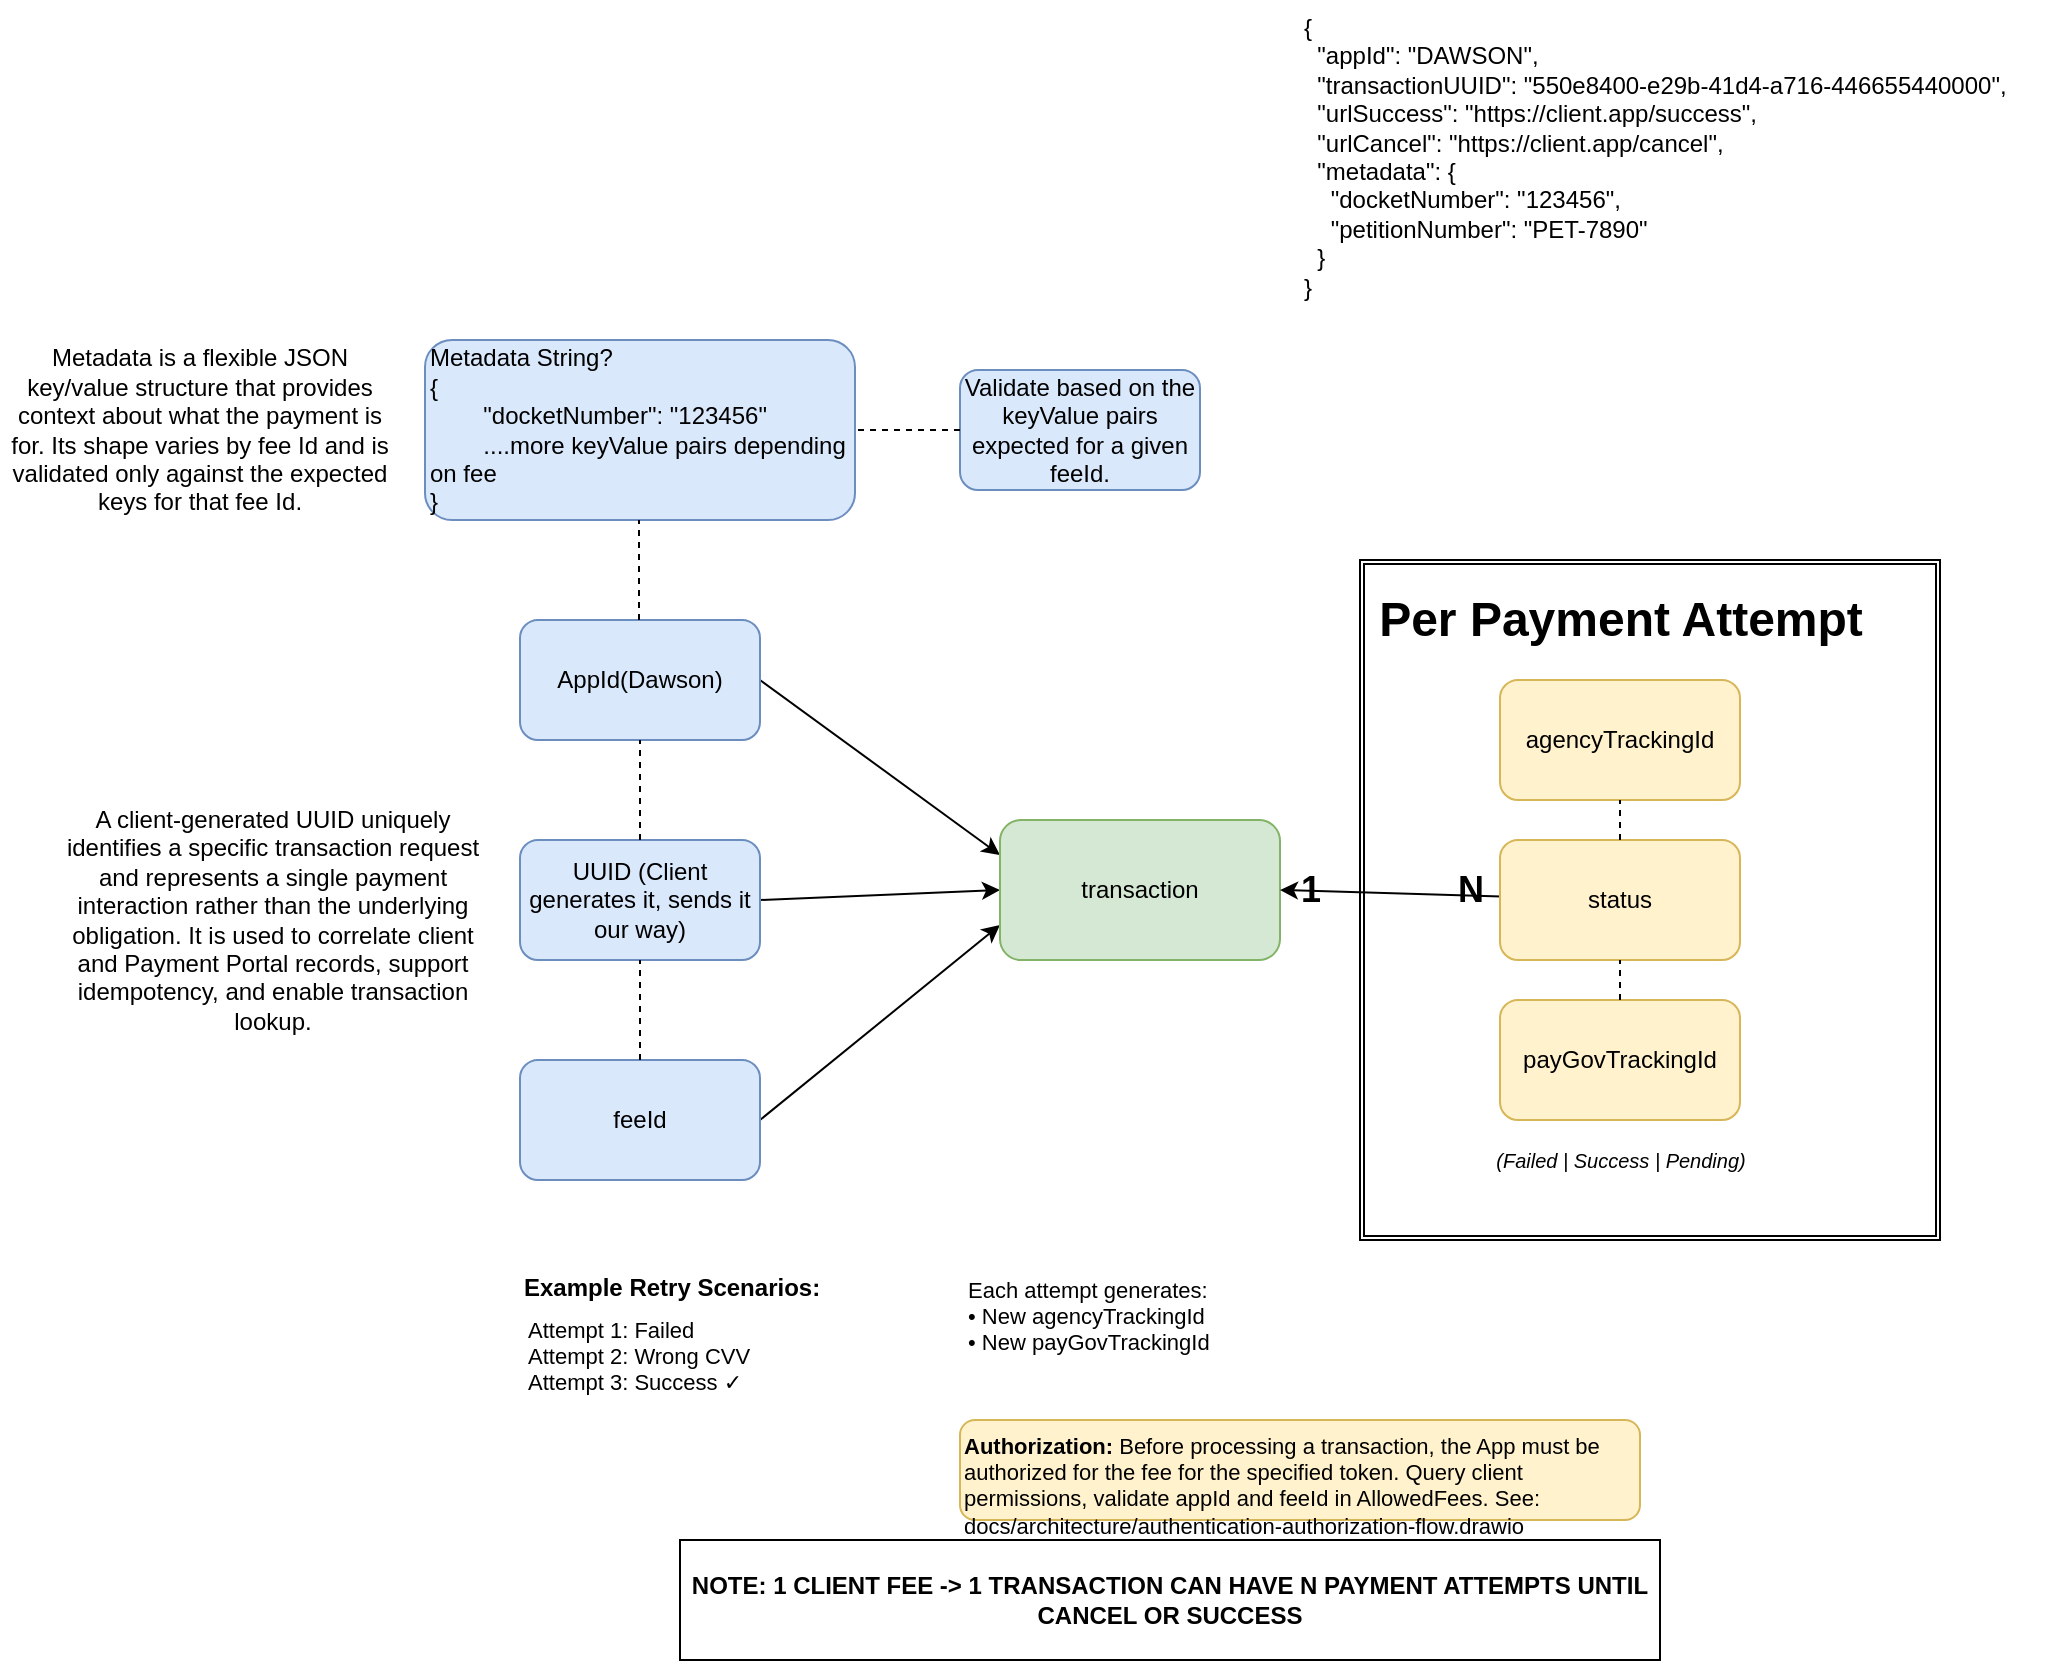
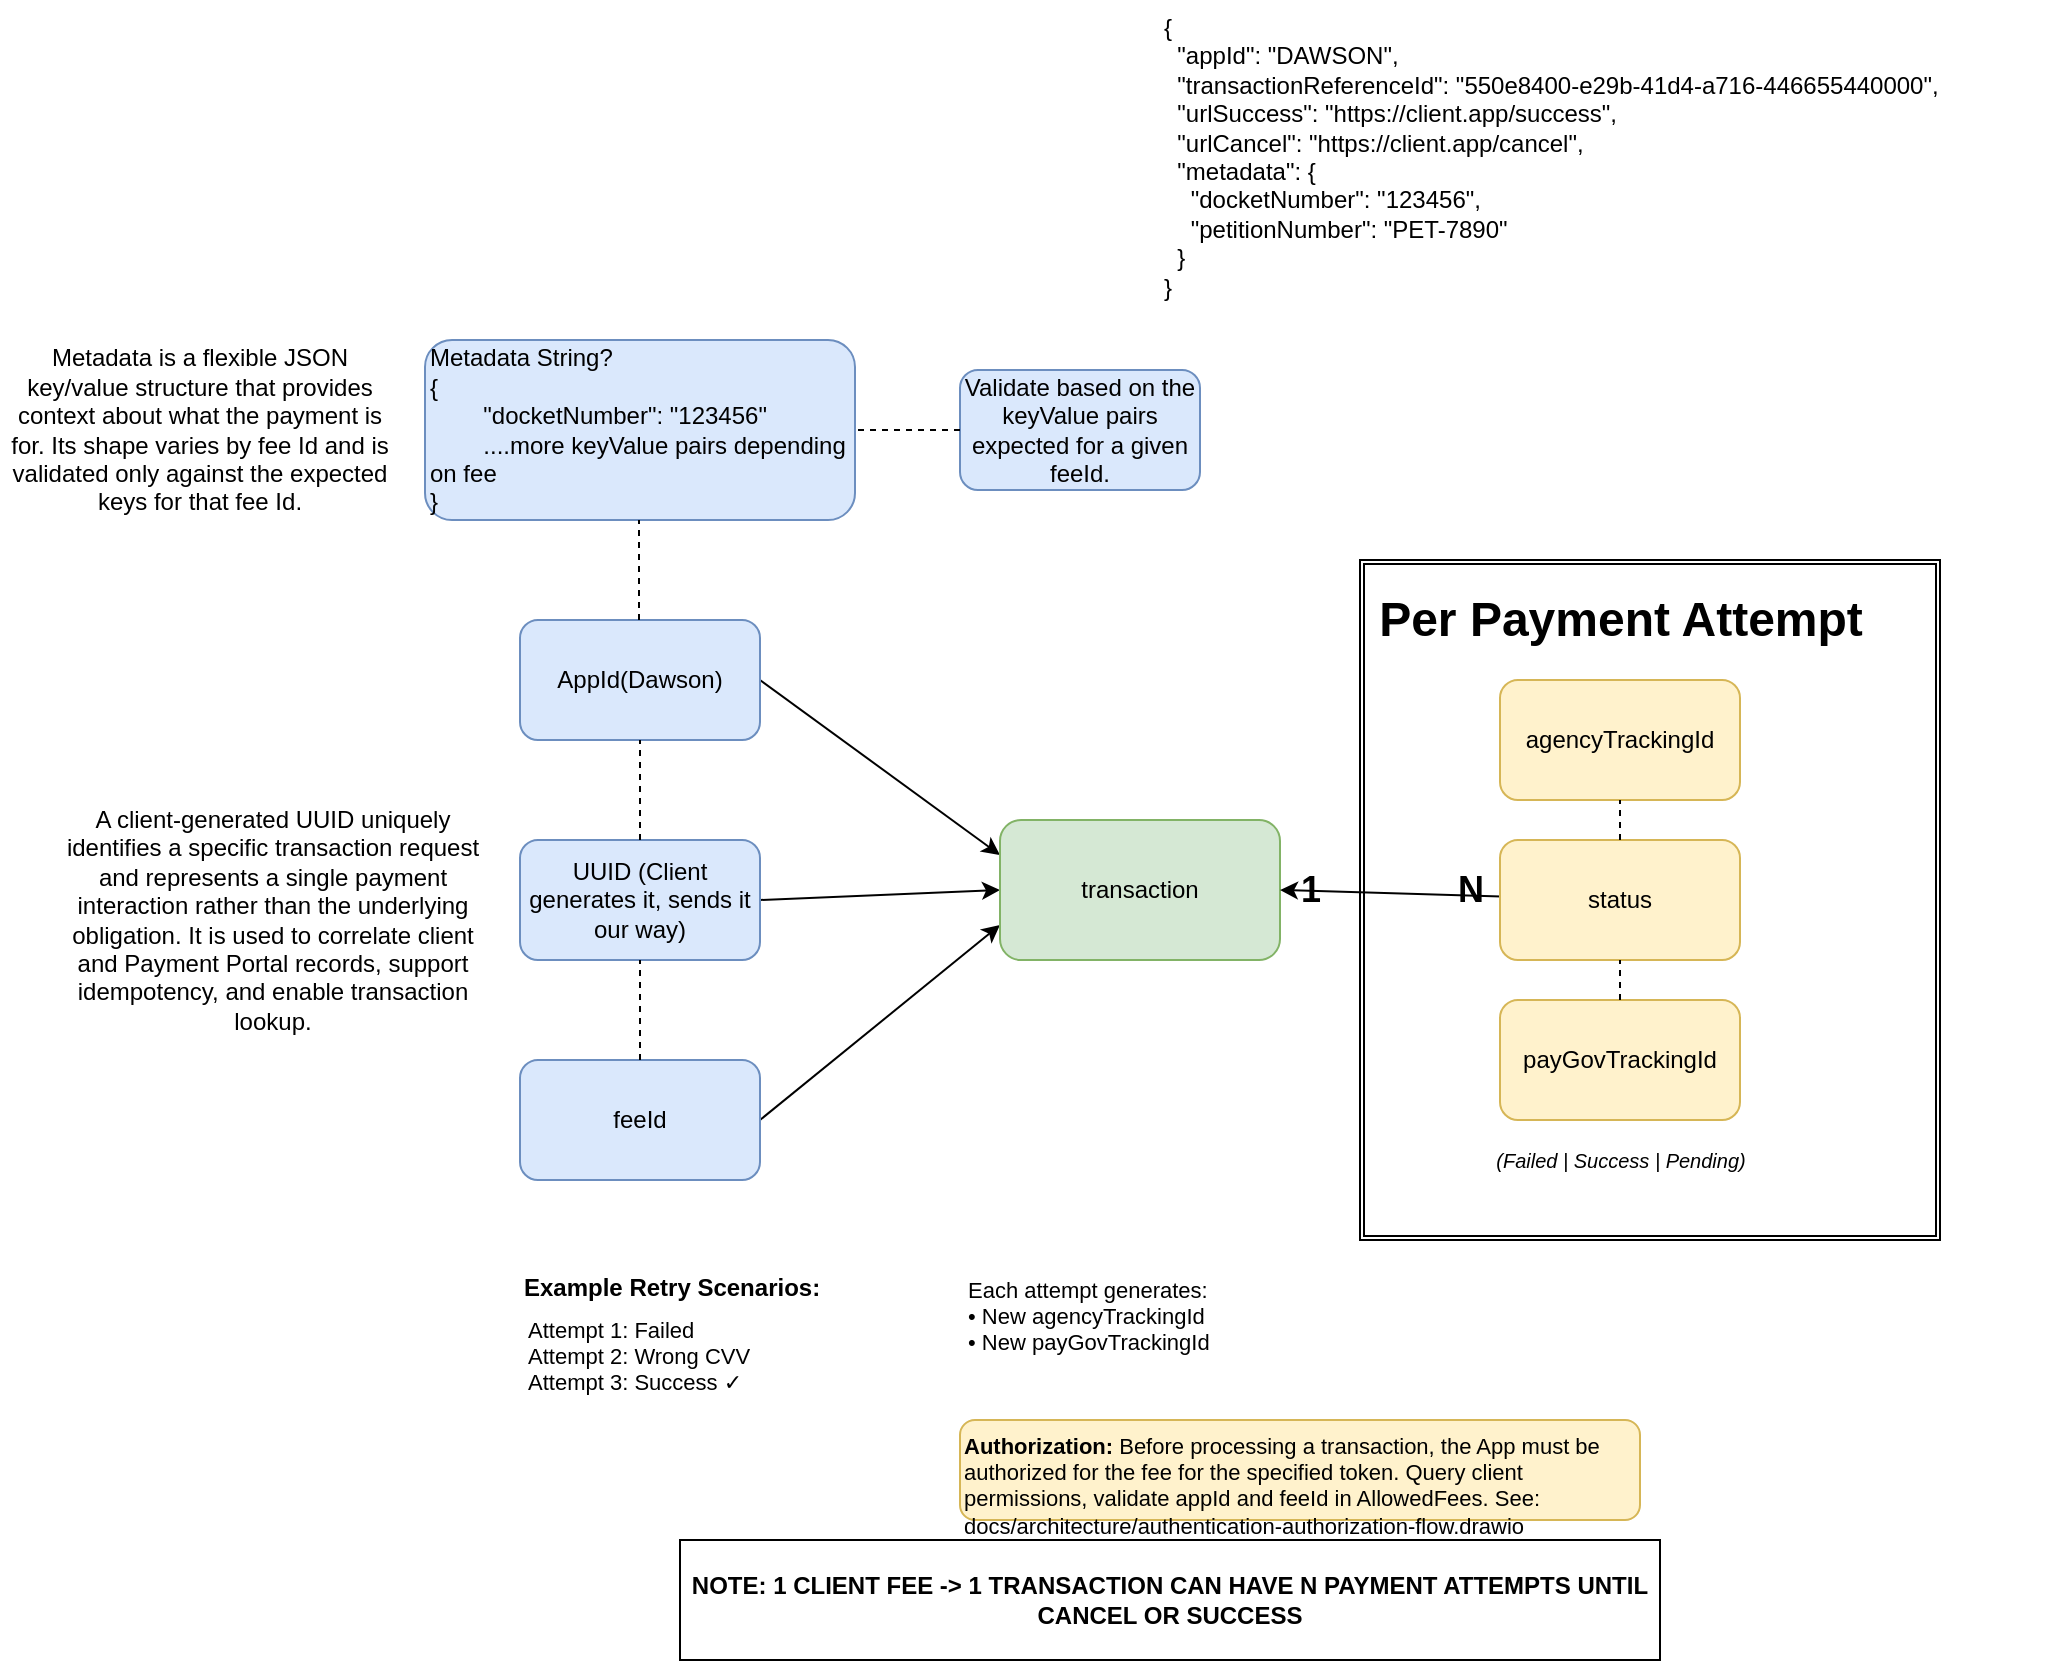
<mxfile host="65bd71144e">
    <diagram id="44C6MNScdNAlMVhiBaLj" name="Page-1">
-         <mxGraphModel dx="1454" dy="2002" grid="1" gridSize="10" guides="1" tooltips="1" connect="1" arrows="1" fold="1" page="1" pageScale="1" pageWidth="850" pageHeight="1100" math="0" shadow="0">
+         <mxGraphModel dx="2070" dy="1931" grid="1" gridSize="10" guides="1" tooltips="1" connect="1" arrows="1" fold="1" page="1" pageScale="1" pageWidth="850" pageHeight="1100" math="0" shadow="0">
            <root>
                <mxCell id="0"/>
                <mxCell id="1" parent="0"/>
                <mxCell id="14" style="edgeStyle=none;html=1;exitX=1;exitY=0.5;exitDx=0;exitDy=0;entryX=0;entryY=0.25;entryDx=0;entryDy=0;" parent="1" source="2" target="8" edge="1">
                    <mxGeometry relative="1" as="geometry"/>
                </mxCell>
                <mxCell id="2" value="AppId(Dawson)" style="rounded=1;whiteSpace=wrap;html=1;fillColor=#dae8fc;strokeColor=#6c8ebf;" parent="1" vertex="1">
                    <mxGeometry x="180" y="160" width="120" height="60" as="geometry"/>
                </mxCell>
                <mxCell id="15" style="edgeStyle=none;html=1;exitX=1;exitY=0.5;exitDx=0;exitDy=0;entryX=0;entryY=0.5;entryDx=0;entryDy=0;" parent="1" source="5" target="8" edge="1">
                    <mxGeometry relative="1" as="geometry"/>
                </mxCell>
                <mxCell id="5" value="UUID (Client generates it, sends it our way)" style="rounded=1;whiteSpace=wrap;html=1;fillColor=#dae8fc;strokeColor=#6c8ebf;" parent="1" vertex="1">
                    <mxGeometry x="180" y="270" width="120" height="60" as="geometry"/>
                </mxCell>
                <mxCell id="16" style="edgeStyle=none;html=1;exitX=1;exitY=0.5;exitDx=0;exitDy=0;entryX=0;entryY=0.75;entryDx=0;entryDy=0;" parent="1" source="7" target="8" edge="1">
                    <mxGeometry relative="1" as="geometry"/>
                </mxCell>
                <mxCell id="7" value="feeId" style="rounded=1;whiteSpace=wrap;html=1;fillColor=#dae8fc;strokeColor=#6c8ebf;" parent="1" vertex="1">
                    <mxGeometry x="180" y="380" width="120" height="60" as="geometry"/>
                </mxCell>
                <mxCell id="8" value="transaction" style="rounded=1;whiteSpace=wrap;html=1;fillColor=#d5e8d4;strokeColor=#82b366;" parent="1" vertex="1">
                    <mxGeometry x="420" y="260" width="140" height="70" as="geometry"/>
                </mxCell>
                <mxCell id="19" value="" style="shape=ext;double=1;rounded=0;whiteSpace=wrap;html=1;" parent="1" vertex="1">
                    <mxGeometry x="600" y="130" width="290" height="340" as="geometry"/>
                </mxCell>
                <mxCell id="17" value="" style="endArrow=none;dashed=1;html=1;entryX=0.5;entryY=1;entryDx=0;entryDy=0;exitX=0.5;exitY=0;exitDx=0;exitDy=0;" parent="1" source="7" target="5" edge="1">
                    <mxGeometry width="50" height="50" relative="1" as="geometry">
                        <mxPoint x="190" y="390" as="sourcePoint"/>
                        <mxPoint x="240" y="340" as="targetPoint"/>
                    </mxGeometry>
                </mxCell>
                <mxCell id="18" value="" style="endArrow=none;dashed=1;html=1;entryX=0.5;entryY=1;entryDx=0;entryDy=0;exitX=0.5;exitY=0;exitDx=0;exitDy=0;" parent="1" source="5" target="2" edge="1">
                    <mxGeometry width="50" height="50" relative="1" as="geometry">
                        <mxPoint x="210" y="280" as="sourcePoint"/>
                        <mxPoint x="260" y="230" as="targetPoint"/>
                    </mxGeometry>
                </mxCell>
                <mxCell id="10" value="agencyTrackingId" style="rounded=1;whiteSpace=wrap;html=1;fillColor=#fff2cc;strokeColor=#d6b656;" parent="1" vertex="1">
                    <mxGeometry x="670" y="190" width="120" height="60" as="geometry"/>
                </mxCell>
                <mxCell id="11" value="payGovTrackingId" style="rounded=1;whiteSpace=wrap;html=1;fillColor=#fff2cc;strokeColor=#d6b656;" parent="1" vertex="1">
                    <mxGeometry x="670" y="350" width="120" height="60" as="geometry"/>
                </mxCell>
                <mxCell id="13" value="" style="endArrow=classic;startArrow=classic;html=1;exitX=1;exitY=0.5;exitDx=0;exitDy=0;" parent="1" source="8" edge="1">
                    <mxGeometry width="50" height="50" relative="1" as="geometry">
                        <mxPoint x="620" y="330" as="sourcePoint"/>
                        <mxPoint x="730" y="300" as="targetPoint"/>
                    </mxGeometry>
                </mxCell>
                <mxCell id="22" value="Per Payment Attempt" style="text;strokeColor=none;fillColor=none;html=1;fontSize=24;fontStyle=1;verticalAlign=middle;align=center;" parent="1" vertex="1">
                    <mxGeometry x="680" y="140" width="100" height="40" as="geometry"/>
                </mxCell>
                <mxCell id="23" value="1" style="text;strokeColor=none;fillColor=none;html=1;fontSize=18;fontStyle=1;verticalAlign=middle;align=center;" parent="1" vertex="1">
                    <mxGeometry x="560" y="280" width="30" height="30" as="geometry"/>
                </mxCell>
                <mxCell id="24" value="N" style="text;strokeColor=none;fillColor=none;html=1;fontSize=18;fontStyle=1;verticalAlign=middle;align=center;" parent="1" vertex="1">
                    <mxGeometry x="640" y="280" width="30" height="30" as="geometry"/>
                </mxCell>
                <mxCell id="25" value="Example Retry Scenarios:" style="text;strokeColor=none;fillColor=none;html=1;fontSize=12;fontStyle=1;verticalAlign=top;align=left;" parent="1" vertex="1">
                    <mxGeometry x="180" y="480" width="180" height="20" as="geometry"/>
                </mxCell>
                <mxCell id="26" value="Attempt 1: Failed&#xa;Attempt 2: Wrong CVV&#xa;Attempt 3: Success ✓" style="text;strokeColor=none;fillColor=none;html=1;fontSize=11;verticalAlign=top;align=left;spacing=4;" parent="1" vertex="1">
                    <mxGeometry x="180" y="500" width="180" height="60" as="geometry"/>
                </mxCell>
                <mxCell id="27" value="Each attempt generates:&lt;br&gt;• New agencyTrackingId&lt;br&gt;• New payGovTrackingId&lt;div&gt;&lt;br/&gt;&lt;/div&gt;" style="text;strokeColor=none;fillColor=none;html=1;fontSize=11;verticalAlign=top;align=left;spacing=4;" parent="1" vertex="1">
                    <mxGeometry x="400" y="480" width="180" height="80" as="geometry"/>
                </mxCell>
                <mxCell id="28" value="status" style="rounded=1;whiteSpace=wrap;html=1;fillColor=#fff2cc;strokeColor=#d6b656;" parent="1" vertex="1">
                    <mxGeometry x="670" y="270" width="120" height="60" as="geometry"/>
                </mxCell>
                <mxCell id="29" value="" style="endArrow=none;dashed=1;html=1;entryX=0.5;entryY=1;entryDx=0;entryDy=0;exitX=0.5;exitY=0;exitDx=0;exitDy=0;" parent="1" source="28" target="10" edge="1">
                    <mxGeometry width="50" height="50" relative="1" as="geometry">
                        <mxPoint x="730" y="280" as="sourcePoint"/>
                        <mxPoint x="730" y="250" as="targetPoint"/>
                    </mxGeometry>
                </mxCell>
                <mxCell id="30" value="" style="endArrow=none;dashed=1;html=1;entryX=0.5;entryY=1;entryDx=0;entryDy=0;exitX=0.5;exitY=0;exitDx=0;exitDy=0;" parent="1" source="11" target="28" edge="1">
                    <mxGeometry width="50" height="50" relative="1" as="geometry">
                        <mxPoint x="730" y="360" as="sourcePoint"/>
                        <mxPoint x="730" y="330" as="targetPoint"/>
                    </mxGeometry>
                </mxCell>
                <mxCell id="31" value="(Failed | Success | Pending)" style="text;strokeColor=none;fillColor=none;html=1;fontSize=10;fontStyle=2;verticalAlign=middle;align=center;" parent="1" vertex="1">
                    <mxGeometry x="630" y="420" width="200" height="20" as="geometry"/>
                </mxCell>
                <mxCell id="32" value="&lt;b&gt;NOTE: 1 CLIENT FEE -&amp;gt; 1 TRANSACTION CAN HAVE N PAYMENT ATTEMPTS UNTIL CANCEL OR SUCCESS&lt;/b&gt;" style="rounded=0;whiteSpace=wrap;html=1;" parent="1" vertex="1">
                    <mxGeometry x="260" y="620" width="490" height="60" as="geometry"/>
                </mxCell>
                <mxCell id="auth-note" value="&lt;b&gt;Authorization:&lt;/b&gt; Before processing a transaction, the App must be authorized for the fee for the specified token. Query client permissions, validate appId and feeId in AllowedFees. See: docs/architecture/authentication-authorization-flow.drawio" style="rounded=1;whiteSpace=wrap;html=1;fillColor=#fff2cc;strokeColor=#d6b656;fontSize=11;align=left;verticalAlign=top;fontStyle=0;" parent="1" vertex="1">
                    <mxGeometry x="400" y="560" width="340" height="50" as="geometry"/>
                </mxCell>
                <mxCell id="33" value="Metadata String?&lt;div&gt;{&lt;/div&gt;&lt;div&gt;&lt;span style=&quot;white-space: pre;&quot;&gt;&#x9;&lt;/span&gt;&quot;docketNumber&quot;: &quot;123456&quot;&lt;/div&gt;&lt;div&gt;&lt;span style=&quot;white-space: pre;&quot;&gt;&#x9;&lt;/span&gt;....more keyValue pairs depending on fee&lt;br&gt;&lt;/div&gt;&lt;div&gt;}&lt;/div&gt;" style="rounded=1;whiteSpace=wrap;html=1;fillColor=#dae8fc;strokeColor=#6c8ebf;align=left;" parent="1" vertex="1">
                    <mxGeometry x="132.5" y="20" width="215" height="90" as="geometry"/>
                </mxCell>
                <mxCell id="35" value="" style="endArrow=none;dashed=1;html=1;entryX=0.5;entryY=1;entryDx=0;entryDy=0;exitX=0.5;exitY=0;exitDx=0;exitDy=0;" parent="1" edge="1">
                    <mxGeometry width="50" height="50" relative="1" as="geometry">
                        <mxPoint x="239.5" y="160" as="sourcePoint"/>
                        <mxPoint x="239.5" y="110" as="targetPoint"/>
                    </mxGeometry>
                </mxCell>
                <mxCell id="36" value="Validate based on the keyValue pairs expected for a given feeId." style="rounded=1;whiteSpace=wrap;html=1;fillColor=#dae8fc;strokeColor=#6c8ebf;" parent="1" vertex="1">
                    <mxGeometry x="400" y="35" width="120" height="60" as="geometry"/>
                </mxCell>
                <mxCell id="37" value="" style="endArrow=none;dashed=1;html=1;entryX=1;entryY=0.5;entryDx=0;entryDy=0;exitX=0;exitY=0.5;exitDx=0;exitDy=0;" parent="1" source="36" target="33" edge="1">
                    <mxGeometry width="50" height="50" relative="1" as="geometry">
                        <mxPoint x="380" y="120" as="sourcePoint"/>
                        <mxPoint x="380" y="70" as="targetPoint"/>
                    </mxGeometry>
                </mxCell>
-                 <mxCell id="38" value="A client-generated UUID uniquely identifies a specific transaction request and represents a single payment interaction rather than the underlying obligation. It is used to correlate client and Payment Portal records, support idempotency, and enable transaction lookup." style="text;html=1;align=center;verticalAlign=middle;whiteSpace=wrap;rounded=0;" vertex="1" parent="1">
+                 <mxCell id="38" value="A client-generated UUID uniquely identifies a specific transaction request and represents a single payment interaction rather than the underlying obligation. It is used to correlate client and Payment Portal records, support idempotency, and enable transaction lookup." style="text;html=1;align=center;verticalAlign=middle;whiteSpace=wrap;rounded=0;" parent="1" vertex="1">
                    <mxGeometry x="-50" y="240" width="212.5" height="140" as="geometry"/>
                </mxCell>
-                 <mxCell id="40" value="Metadata is a flexible JSON key/value structure that provides context about what the payment is for. Its shape varies by fee Id and is validated only against the expected keys for that fee Id." style="text;html=1;align=center;verticalAlign=middle;whiteSpace=wrap;rounded=0;" vertex="1" parent="1">
+                 <mxCell id="40" value="Metadata is a flexible JSON key/value structure that provides context about what the payment is for. Its shape varies by fee Id and is validated only against the expected keys for that fee Id." style="text;html=1;align=center;verticalAlign=middle;whiteSpace=wrap;rounded=0;" parent="1" vertex="1">
                    <mxGeometry x="-80" y="10" width="200" height="110" as="geometry"/>
                </mxCell>
-                 <UserObject label="{&#xa;  &quot;appId&quot;: &quot;DAWSON&quot;,&#xa;  &quot;transactionUUID&quot;: &quot;550e8400-e29b-41d4-a716-446655440000&quot;,&#xa;  &quot;urlSuccess&quot;: &quot;https://client.app/success&quot;,&#xa;  &quot;urlCancel&quot;: &quot;https://client.app/cancel&quot;,&#xa;  &quot;metadata&quot;: {&#xa;    &quot;docketNumber&quot;: &quot;123456&quot;,&#xa;    &quot;petitionNumber&quot;: &quot;PET-7890&quot;&#xa;  }&#xa;}" link="{&#xa;  &quot;appId&quot;: &quot;DAWSON&quot;,&#xa;  &quot;transactionUUID&quot;: &quot;550e8400-e29b-41d4-a716-446655440000&quot;,&#xa;  &quot;urlSuccess&quot;: &quot;https://client.app/success&quot;,&#xa;  &quot;urlCancel&quot;: &quot;https://client.app/cancel&quot;,&#xa;  &quot;metadata&quot;: {&#xa;    &quot;docketNumber&quot;: &quot;123456&quot;,&#xa;    &quot;petitionNumber&quot;: &quot;PET-7890&quot;&#xa;  }&#xa;}" id="42">
-                     <mxCell style="text;whiteSpace=wrap;" vertex="1" parent="1">
-                         <mxGeometry x="570" y="-150" width="380" height="170" as="geometry"/>
+                 <UserObject label="{&#xa;  &quot;appId&quot;: &quot;DAWSON&quot;,&#xa;  &quot;transactionReferenceId&quot;: &quot;550e8400-e29b-41d4-a716-446655440000&quot;,&#xa;  &quot;urlSuccess&quot;: &quot;https://client.app/success&quot;,&#xa;  &quot;urlCancel&quot;: &quot;https://client.app/cancel&quot;,&#xa;  &quot;metadata&quot;: {&#xa;    &quot;docketNumber&quot;: &quot;123456&quot;,&#xa;    &quot;petitionNumber&quot;: &quot;PET-7890&quot;&#xa;  }&#xa;}" link="{&#xa;  &quot;appId&quot;: &quot;DAWSON&quot;,&#xa;  &quot;transactionUUID&quot;: &quot;550e8400-e29b-41d4-a716-446655440000&quot;,&#xa;  &quot;urlSuccess&quot;: &quot;https://client.app/success&quot;,&#xa;  &quot;urlCancel&quot;: &quot;https://client.app/cancel&quot;,&#xa;  &quot;metadata&quot;: {&#xa;    &quot;docketNumber&quot;: &quot;123456&quot;,&#xa;    &quot;petitionNumber&quot;: &quot;PET-7890&quot;&#xa;  }&#xa;}" id="42">
+                     <mxCell style="text;whiteSpace=wrap;" parent="1" vertex="1">
+                         <mxGeometry x="500" y="-150" width="450" height="170" as="geometry"/>
                    </mxCell>
                </UserObject>
            </root>
        </mxGraphModel>
    </diagram>
</mxfile>
